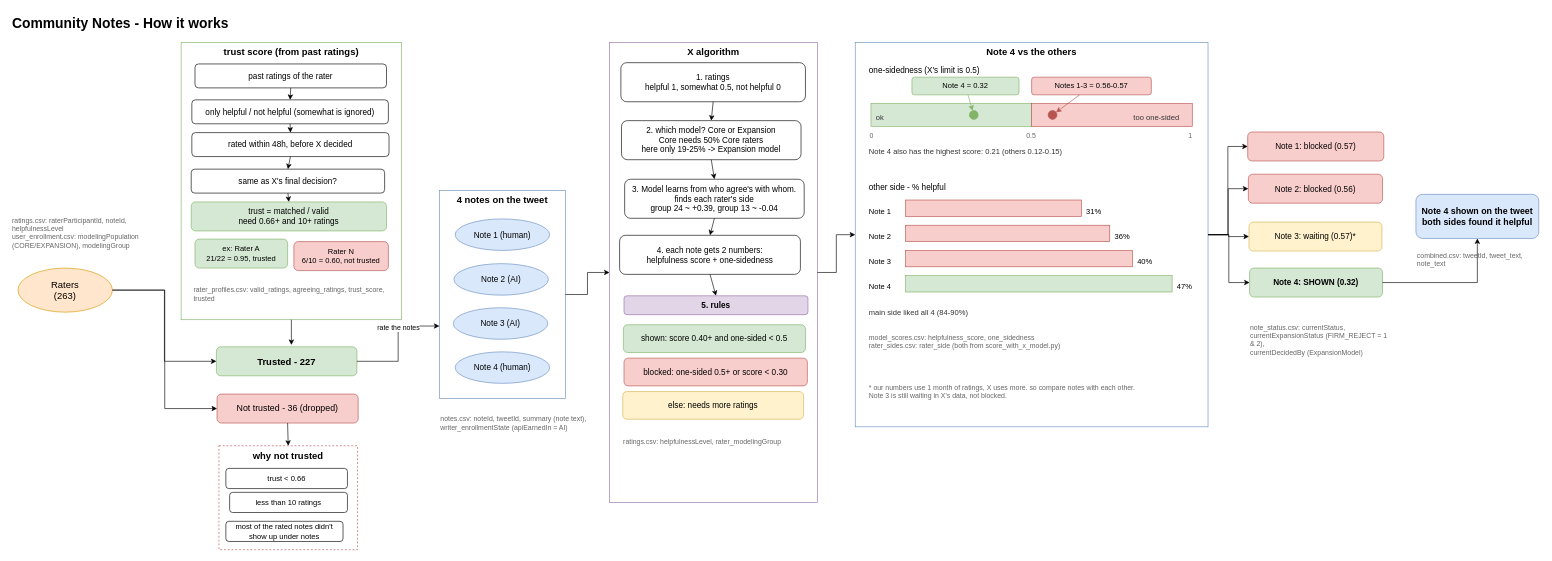
This is page "Why Note 4 was shown" (1 of 3) of Community_Notes_Overview.drawio from Dhanush-0017/community-notes, a draw.io file, before an edit. Source tidied: cells renumbered, new cells numbered last; positions are measured from the earlier drawing's top-left corner, leaving out a move shared by most shapes. Both pictures are drawn from the tidied source at 63%, with x=0, y=0 at pixel (11, 11).
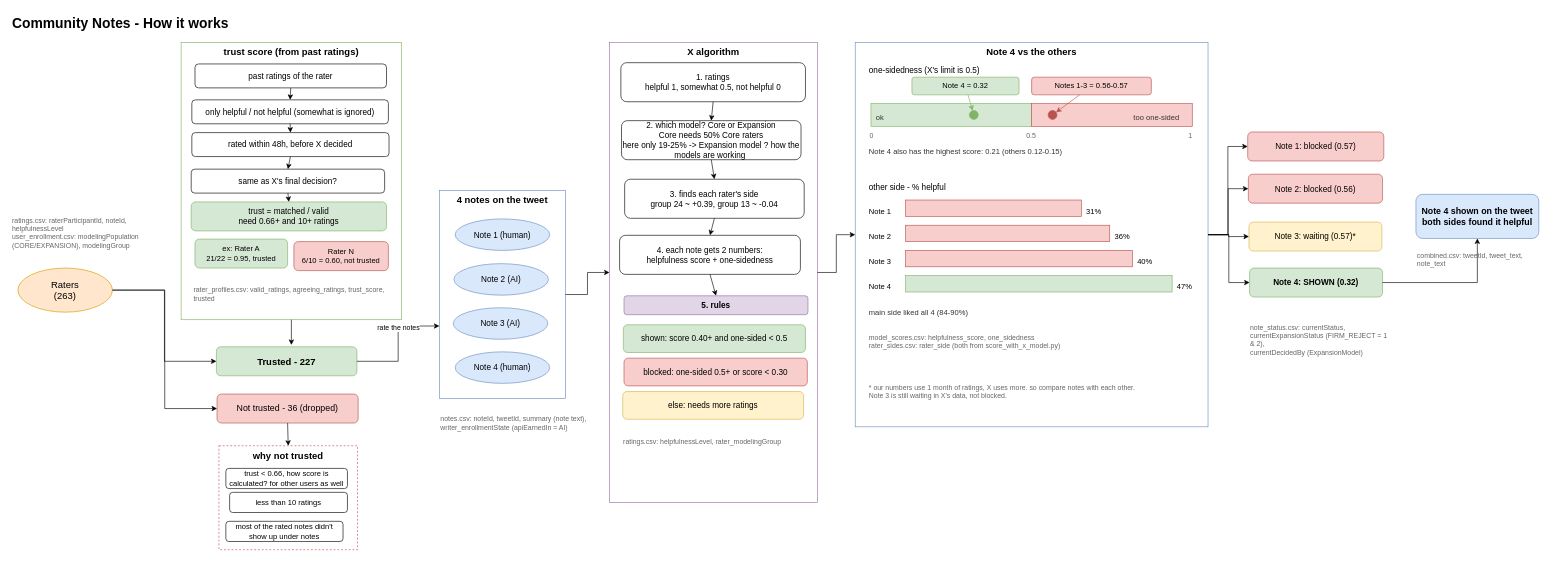
The same page after the edit.

Diff of the diagram source:
```diff
@@
-    <mxCell id="23" value="trust &amp;lt; 0.66" style="rounded=1;whiteSpace=wrap;html=1;fillColor=#ffffff;strokeColor=#000000;fontSize=12;" parent="1" vertex="1">
+    <mxCell id="23" value="trust &amp;lt; 0.66, how score is calculated? for other users as well" style="rounded=1;whiteSpace=wrap;html=1;fillColor=#ffffff;strokeColor=#000000;fontSize=12;" parent="1" vertex="1">
       <mxGeometry x="341" y="726" width="193" height="32" as="geometry" />
     </mxCell>
@@
-    <mxCell id="36" value="2. which model? Core or Expansion&lt;br&gt;Core needs 50% Core raters&lt;br&gt;here only 19-25% -&amp;gt; Expansion model" style="rounded=1;whiteSpace=wrap;html=1;fillColor=#ffffff;strokeColor=#000000;fontSize=13;" parent="1" vertex="1">
+    <mxCell id="36" value="2. which model? Core or Expansion&lt;br&gt;Core needs 50% Core raters&lt;br&gt;here only 19-25% -&amp;gt; Expansion model ? how the models are working&amp;nbsp;" style="rounded=1;whiteSpace=wrap;html=1;fillColor=#ffffff;strokeColor=#000000;fontSize=13;" parent="1" vertex="1">
       <mxGeometry x="969" y="174" width="285" height="62" as="geometry" />
     </mxCell>
@@
-    <mxCell id="38" value="3. Model learns from who agree's with whom.&lt;br&gt;finds each rater's side&lt;br&gt;group 24 ~ +0.39, group 13 ~ -0.04" style="rounded=1;whiteSpace=wrap;html=1;fillColor=#ffffff;strokeColor=#000000;fontSize=13;" parent="1" vertex="1">
+    <mxCell id="38" value="3. finds each rater&amp;#x27;s side&lt;br&gt;group 24 ~ +0.39, group 13 ~ -0.04" style="rounded=1;whiteSpace=wrap;html=1;fillColor=#ffffff;strokeColor=#000000;fontSize=13;" parent="1" vertex="1">
       <mxGeometry x="974" y="267" width="285" height="62" as="geometry" />
     </mxCell>
```
